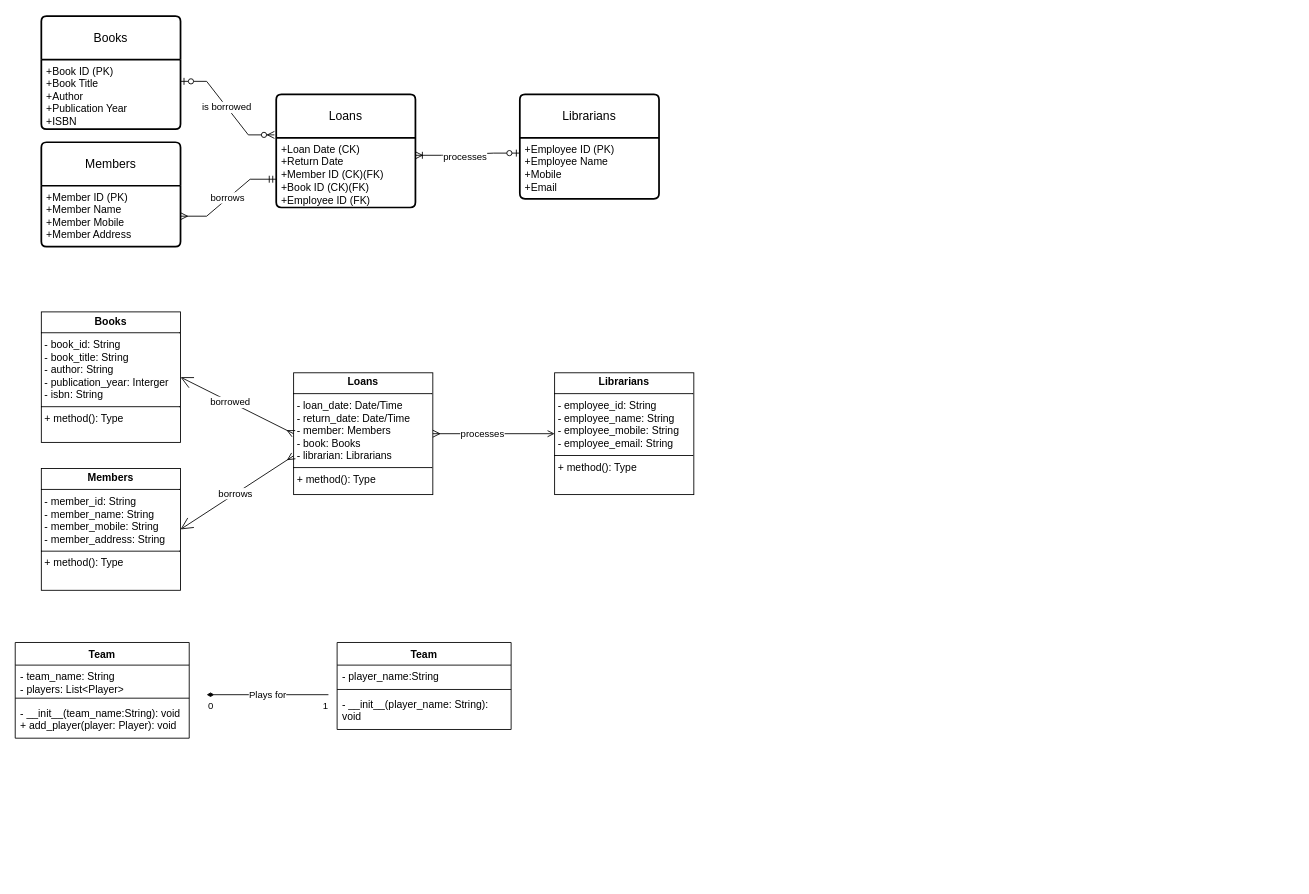
Before: Library.drawio in SofiaSs48/at1, a draw.io diagram. Source tidied: cells renumbered, new cells numbered last; positions are measured from the earlier drawing's top-left corner, leaving out a move shared by most shapes. Both pictures are drawn from the tidied source at 87%, with x=0, y=0 at pixel (15, 16).
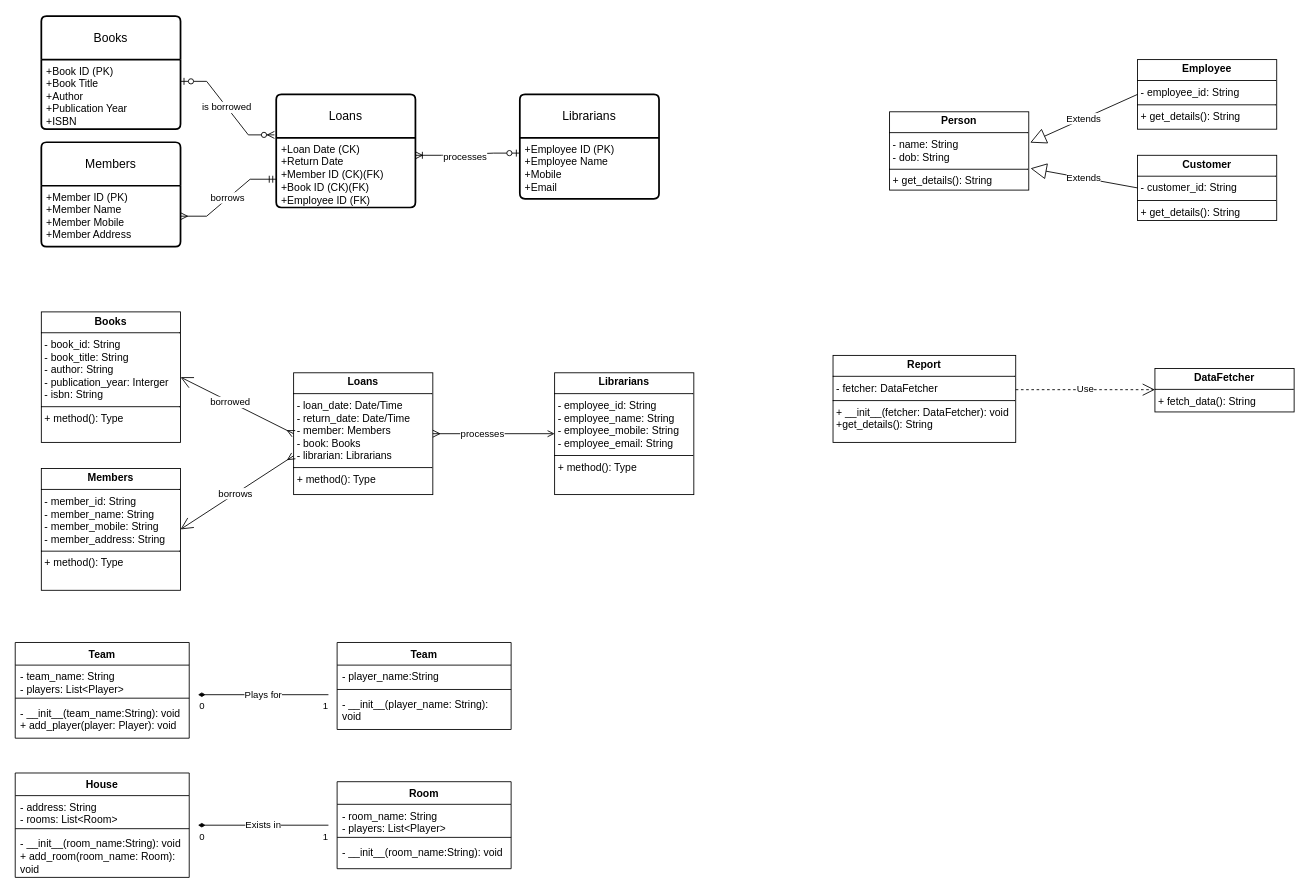
The same page after the edit.

Commit message:
Final tables added as part of week 5 lesson

What changed in the source:
```diff
@@
     <mxCell id="34" value="Plays for" style="endArrow=none;html=1;startArrow=diamondThin;startFill=1;edgeStyle=orthogonalEdgeStyle;rounded=0;endFill=0;" parent="1" edge="1">
       <mxGeometry relative="1" as="geometry">
-        <mxPoint x="220" y="780" as="sourcePoint" />
+        <mxPoint x="210" y="780" as="sourcePoint" />
         <mxPoint x="360" y="780" as="targetPoint" />
       </mxGeometry>
     </mxCell>
@@
+    <mxCell id="37" value="House" style="swimlane;fontStyle=1;align=center;verticalAlign=top;horizontal=1;startSize=26;whiteSpace=wrap;html=1;" parent="1" vertex="1">
+      <mxGeometry y="870" width="200" height="120" as="geometry" />
+    </mxCell>
+    <mxCell id="38" value="- address: String&lt;div&gt;- rooms: List&amp;lt;Room&amp;gt;&lt;/div&gt;" style="text;strokeColor=none;fillColor=none;align=left;verticalAlign=top;spacingLeft=4;spacingRight=4;overflow=hidden;whiteSpace=wrap;html=1;" parent="37" vertex="1">
+      <mxGeometry y="26" width="200" height="34" as="geometry" />
+    </mxCell>
+    <mxCell id="39" style="line;strokeWidth=1;fillColor=none;align=left;verticalAlign=middle;spacingTop=-1;spacingLeft=3;spacingRight=3;labelPosition=right;strokeColor=inherit;" parent="37" vertex="1">
+      <mxGeometry y="60" width="200" height="8" as="geometry" />
+    </mxCell>
+    <mxCell id="40" value="- __init__(room_name:String): void&lt;div&gt;+ add_room(room_name: Room): void&lt;/div&gt;" style="text;strokeColor=none;fillColor=none;align=left;verticalAlign=top;spacingLeft=4;spacingRight=4;overflow=hidden;whiteSpace=wrap;html=1;" parent="37" vertex="1">
+      <mxGeometry y="68" width="200" height="52" as="geometry" />
+    </mxCell>
+    <mxCell id="41" value="Room" style="swimlane;fontStyle=1;align=center;verticalAlign=top;horizontal=1;startSize=26;whiteSpace=wrap;html=1;" parent="1" vertex="1">
+      <mxGeometry x="370" y="880" width="200" height="100" as="geometry" />
+    </mxCell>
+    <mxCell id="42" value="- room_name: String&lt;div&gt;- players: List&amp;lt;Player&amp;gt;&lt;/div&gt;" style="text;strokeColor=none;fillColor=none;align=left;verticalAlign=top;spacingLeft=4;spacingRight=4;overflow=hidden;whiteSpace=wrap;html=1;" parent="41" vertex="1">
+      <mxGeometry y="26" width="200" height="34" as="geometry" />
+    </mxCell>
+    <mxCell id="43" style="line;strokeWidth=1;fillColor=none;align=left;verticalAlign=middle;spacingTop=-1;spacingLeft=3;spacingRight=3;labelPosition=right;strokeColor=inherit;" parent="41" vertex="1">
+      <mxGeometry y="60" width="200" height="8" as="geometry" />
+    </mxCell>
+    <mxCell id="44" value="- __init__(room_name:String): void" style="text;strokeColor=none;fillColor=none;align=left;verticalAlign=top;spacingLeft=4;spacingRight=4;overflow=hidden;whiteSpace=wrap;html=1;" parent="41" vertex="1">
+      <mxGeometry y="68" width="200" height="32" as="geometry" />
+    </mxCell>
+    <mxCell id="45" value="Exists in" style="endArrow=none;html=1;startArrow=diamondThin;startFill=1;edgeStyle=orthogonalEdgeStyle;rounded=0;endFill=0;" parent="1" edge="1">
+      <mxGeometry relative="1" as="geometry">
+        <mxPoint x="210" y="930" as="sourcePoint" />
+        <mxPoint x="360" y="930" as="targetPoint" />
+      </mxGeometry>
+    </mxCell>
+    <mxCell id="46" value="0" style="edgeLabel;html=1;align=left;verticalAlign=top;" parent="45" vertex="1">
+      <mxGeometry x="-1" relative="1" as="geometry" />
+    </mxCell>
+    <mxCell id="47" value="1" style="edgeLabel;html=1;align=right;verticalAlign=top;" parent="45" vertex="1">
+      <mxGeometry x="1" relative="1" as="geometry" />
+    </mxCell>
+    <mxCell id="48" value="&lt;p style=&quot;margin:0px;margin-top:4px;text-align:center;&quot;&gt;&lt;b&gt;Person&lt;/b&gt;&lt;/p&gt;&lt;hr size=&quot;1&quot; style=&quot;border-style:solid;&quot;&gt;&lt;p style=&quot;margin:0px;margin-left:4px;&quot;&gt;- name: String&lt;br&gt;&lt;/p&gt;&lt;p style=&quot;margin:0px;margin-left:4px;&quot;&gt;- dob: String&lt;/p&gt;&lt;hr size=&quot;1&quot; style=&quot;border-style:solid;&quot;&gt;&lt;p style=&quot;margin:0px;margin-left:4px;&quot;&gt;+ get_details(): String&lt;/p&gt;" style="verticalAlign=top;align=left;overflow=fill;html=1;whiteSpace=wrap;" parent="1" vertex="1">
+      <mxGeometry x="1005" y="110" width="160" height="90" as="geometry" />
+    </mxCell>
+    <mxCell id="49" value="&lt;p style=&quot;margin:0px;margin-top:4px;text-align:center;&quot;&gt;&lt;b&gt;Employee&lt;/b&gt;&lt;/p&gt;&lt;hr size=&quot;1&quot; style=&quot;border-style:solid;&quot;&gt;&lt;p style=&quot;margin:0px;margin-left:4px;&quot;&gt;- employee_id: String&lt;/p&gt;&lt;hr size=&quot;1&quot; style=&quot;border-style:solid;&quot;&gt;&lt;p style=&quot;margin:0px;margin-left:4px;&quot;&gt;+ get_details(): String&lt;br&gt;&lt;/p&gt;" style="verticalAlign=top;align=left;overflow=fill;html=1;whiteSpace=wrap;" parent="1" vertex="1">
+      <mxGeometry x="1290" y="50" width="160" height="80" as="geometry" />
+    </mxCell>
+    <mxCell id="50" value="&lt;p style=&quot;margin:0px;margin-top:4px;text-align:center;&quot;&gt;&lt;b&gt;Customer&lt;/b&gt;&lt;/p&gt;&lt;hr size=&quot;1&quot; style=&quot;border-style:solid;&quot;&gt;&lt;p style=&quot;margin: 0px 0px 0px 4px;&quot;&gt;- customer_id: String&lt;/p&gt;&lt;hr style=&quot;border-style: solid;&quot; size=&quot;1&quot;&gt;&lt;p style=&quot;margin: 0px 0px 0px 4px;&quot;&gt;+ get_details(): String&lt;/p&gt;" style="verticalAlign=top;align=left;overflow=fill;html=1;whiteSpace=wrap;" parent="1" vertex="1">
+      <mxGeometry x="1290" y="160" width="160" height="75" as="geometry" />
+    </mxCell>
+    <mxCell id="51" value="Extends" style="endArrow=block;endSize=16;endFill=0;html=1;rounded=0;entryX=1.01;entryY=0.394;entryDx=0;entryDy=0;entryPerimeter=0;exitX=0;exitY=0.5;exitDx=0;exitDy=0;" parent="1" edge="1" source="49" target="48">
+      <mxGeometry relative="1" as="geometry" />
+    </mxCell>
+    <mxCell id="52" value="Extends" style="endArrow=block;endSize=16;endFill=0;html=1;rounded=0;entryX=1.01;entryY=0.394;entryDx=0;entryDy=0;entryPerimeter=0;exitX=0;exitY=0.5;exitDx=0;exitDy=0;" parent="1" edge="1" source="50">
+      <mxGeometry relative="1" as="geometry">
+        <mxPoint x="1167" y="175" as="targetPoint" />
+      </mxGeometry>
+    </mxCell>
+    <mxCell id="53" value="&lt;p style=&quot;margin:0px;margin-top:4px;text-align:center;&quot;&gt;&lt;b&gt;Report&lt;/b&gt;&lt;/p&gt;&lt;hr size=&quot;1&quot; style=&quot;border-style:solid;&quot;&gt;&lt;p style=&quot;margin:0px;margin-left:4px;&quot;&gt;- fetcher: DataFetcher&lt;/p&gt;&lt;hr size=&quot;1&quot; style=&quot;border-style:solid;&quot;&gt;&lt;p style=&quot;margin:0px;margin-left:4px;&quot;&gt;+ __init__(fetcher: DataFetcher): void&lt;/p&gt;&lt;p style=&quot;margin:0px;margin-left:4px;&quot;&gt;+get_details(): String&lt;br&gt;&lt;/p&gt;" style="verticalAlign=top;align=left;overflow=fill;html=1;whiteSpace=wrap;" parent="1" vertex="1">
+      <mxGeometry x="940" y="390" width="210" height="100" as="geometry" />
+    </mxCell>
+    <mxCell id="54" value="&lt;p style=&quot;margin:0px;margin-top:4px;text-align:center;&quot;&gt;&lt;b&gt;DataFetcher&lt;/b&gt;&lt;/p&gt;&lt;hr size=&quot;1&quot; style=&quot;border-style:solid;&quot;&gt;&lt;p style=&quot;margin:0px;margin-left:4px;&quot;&gt;+ fetch_data(): String&lt;br&gt;&lt;/p&gt;" style="verticalAlign=top;align=left;overflow=fill;html=1;whiteSpace=wrap;" parent="1" vertex="1">
+      <mxGeometry x="1310" y="405" width="160" height="50" as="geometry" />
+    </mxCell>
+    <mxCell id="55" value="Use" style="endArrow=open;endSize=12;dashed=1;html=1;rounded=0;" parent="1" edge="1">
+      <mxGeometry relative="1" as="geometry">
+        <mxPoint x="1150" y="429.4" as="sourcePoint" />
+        <mxPoint x="1310" y="429.4" as="targetPoint" />
+      </mxGeometry>
+    </mxCell>
```
